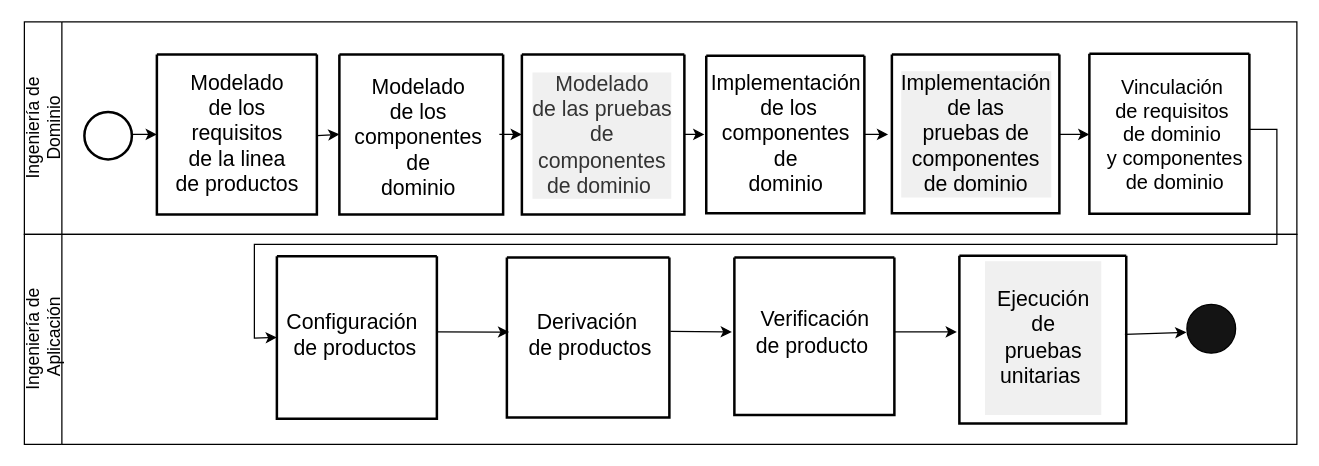
The draw.io diagram ScreenShots/FragOP.drawio in troyano13/UnitTestingLPS, before the edit. Source tidied: cells renumbered, new cells numbered last; positions are measured from the earlier drawing's top-left corner, leaving out a move shared by most shapes. Both pictures are drawn from the tidied source at 125%, with x=0, y=0 at pixel (24, 21).
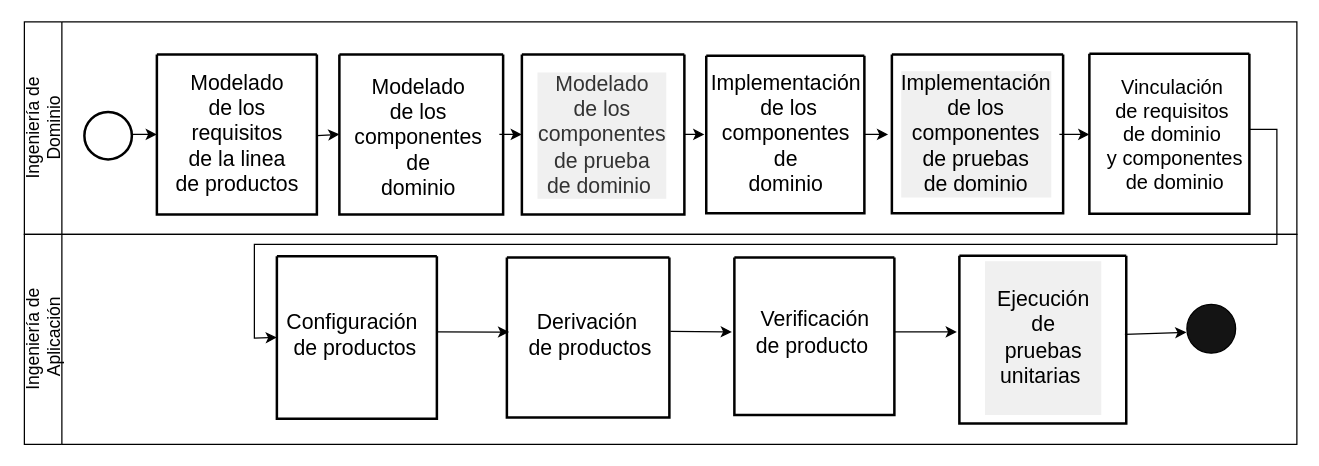
The same page after the edit.

The change refers to these unchanged cells:
```xml
<mxCell id="2" value="&lt;span style=&quot;font-weight: normal; font-size: 14px;&quot;&gt;Ingeniería de&lt;br&gt;Dominio&lt;/span&gt;" style="swimlane;horizontal=0;whiteSpace=wrap;html=1;startSize=30;strokeColor=default;strokeWidth=1;fillColor=none;labelBackgroundColor=none;" parent="1" vertex="1">
  <mxGeometry width="1018" height="170" as="geometry" />
</mxCell>
<mxCell id="12" style="swimlane;startSize=0;strokeWidth=2;fillColor=#d5e8d4;fillStyle=solid;strokeColor=#000000;swimlaneLine=1;" parent="2" vertex="1">
  <mxGeometry x="398" y="26" width="130" height="128" as="geometry" />
</mxCell>
```

Change to the diagram source:
```diff
@@
-    <mxCell id="13" value="&lt;font style=&quot;font-size: 17px;&quot;&gt;Modelado&lt;br&gt;de las pruebas&lt;br&gt;de &lt;br&gt;componentes&lt;br&gt;de dominio&amp;nbsp;&lt;br&gt;&lt;/font&gt;" style="text;html=1;align=center;verticalAlign=middle;strokeColor=none;fillColor=none;fontColor=#333333;strokeWidth=0;fillStyle=solid;labelBackgroundColor=#F0F0F0;" parent="12" vertex="1">
-      <mxGeometry x="-2" y="6.5" width="132" height="116" as="geometry" />
+    <mxCell id="13" value="&lt;font style=&quot;font-size: 17px;&quot;&gt;Modelado&lt;br&gt;de los&lt;br&gt;componentes&lt;br&gt;de prueba&lt;br&gt;de dominio&amp;nbsp;&lt;br&gt;&lt;/font&gt;" style="text;html=1;align=center;verticalAlign=middle;strokeColor=none;fillColor=none;fontColor=#333333;strokeWidth=0;fillStyle=solid;labelBackgroundColor=#F0F0F0;" parent="12" vertex="1">
+      <mxGeometry x="3" y="6.5" width="122" height="116" as="geometry" />
     </mxCell>
@@
     <mxCell id="16" style="swimlane;startSize=0;strokeWidth=2;fillColor=none;fontColor=#333333;strokeColor=#000000;fillStyle=solid;swimlaneFillColor=none;gradientColor=none;labelBackgroundColor=#E3E3E3;" parent="2" vertex="1">
-      <mxGeometry x="694" y="26" width="134" height="127" as="geometry" />
+      <mxGeometry x="694" y="26" width="137" height="127" as="geometry" />
     </mxCell>
-    <mxCell id="17" value="&lt;font style=&quot;font-size: 17px;&quot;&gt;Implementación &lt;br&gt;de las &lt;br&gt;pruebas de&lt;br&gt;componentes&lt;br&gt;de dominio&lt;br&gt;&lt;/font&gt;" style="text;html=1;align=center;verticalAlign=middle;points=[];strokeColor=none;fillColor=none;fillStyle=solid;gradientColor=none;shadow=0;labelBackgroundColor=#F0F0F0;" parent="16" vertex="1">
+    <mxCell id="17" value="&lt;font style=&quot;font-size: 17px;&quot;&gt;Implementación &lt;br&gt;de los&lt;br&gt;componentes&lt;br&gt;de pruebas&lt;br&gt;de dominio&lt;br&gt;&lt;/font&gt;" style="text;html=1;align=center;verticalAlign=middle;points=[];strokeColor=none;fillColor=none;fillStyle=solid;gradientColor=none;shadow=0;labelBackgroundColor=#F0F0F0;" parent="16" vertex="1">
       <mxGeometry x="-3" y="6" width="140" height="116" as="geometry" />
     </mxCell>
```
